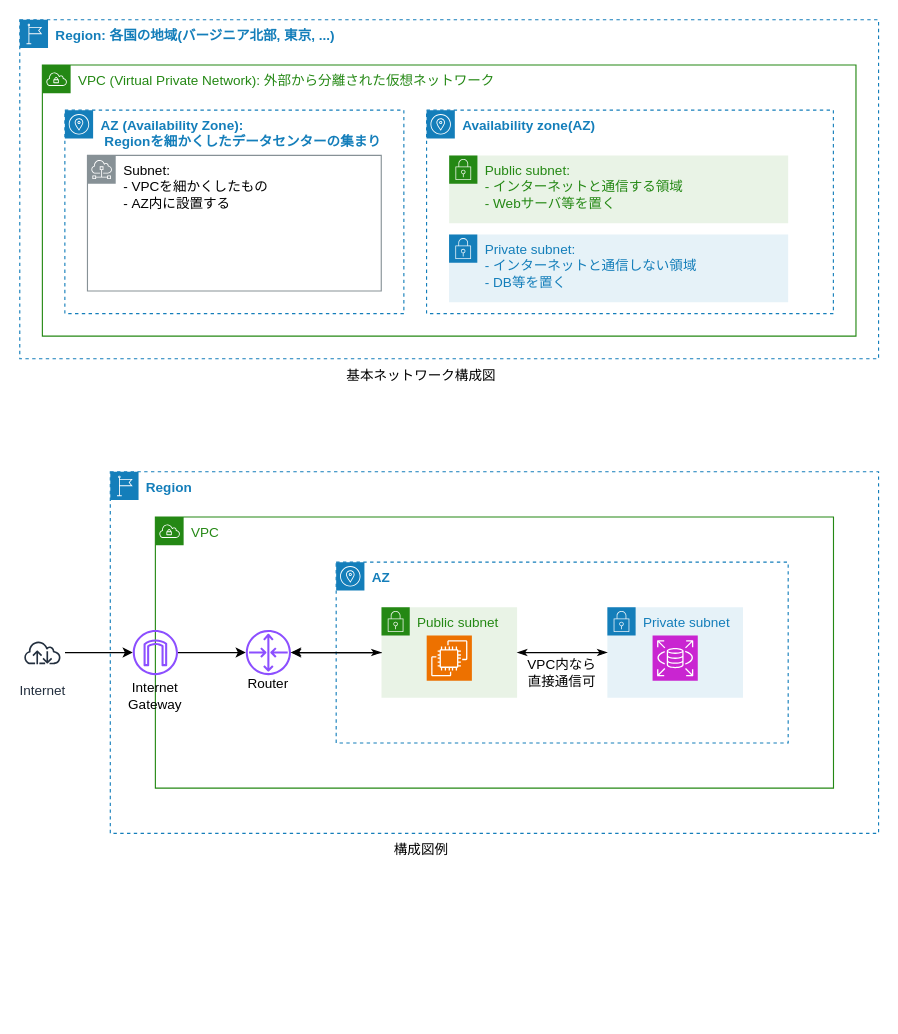
Earlier version of the draw.io diagram 40_Cloud/AWS/08_ネットワーク図.dio (Gunj0/engineer-memo). Source tidied: cells renumbered, new cells numbered last; positions are measured from the earlier drawing's top-left corner, leaving out a move shared by most shapes. Both pictures are drawn from the tidied source at 113%, with x=0, y=0 at pixel (19, 19).
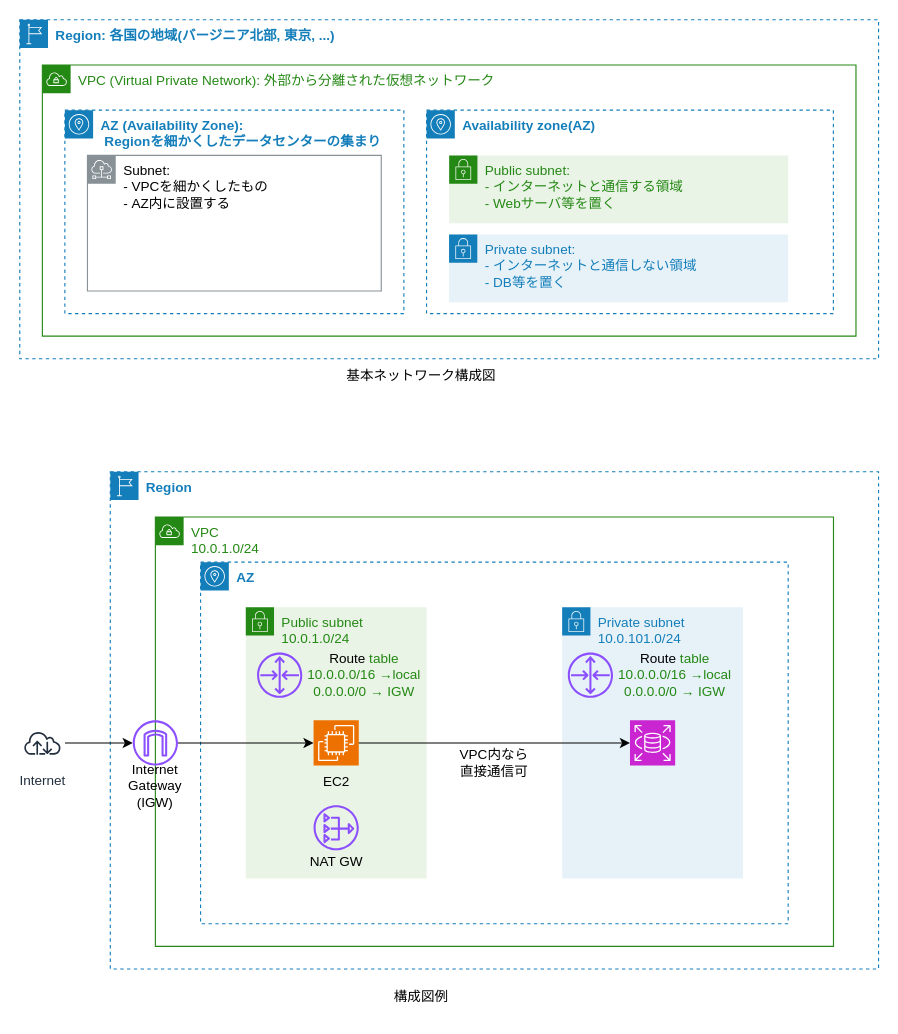
After the change.

Change to the diagram source:
```diff
@@
     <mxCell id="2" value="Region" style="gradientColor=none;html=1;whiteSpace=wrap;fontSize=12;fontStyle=1;shape=mxgraph.aws4.group;grIcon=mxgraph.aws4.group_region;strokeColor=#147EBA;fillColor=none;verticalAlign=top;align=left;spacingLeft=30;fontColor=#147EBA;dashed=1;" parent="1" vertex="1">
-      <mxGeometry x="80.1" y="400" width="679.9" height="320" as="geometry" />
+      <mxGeometry x="80.1" y="400" width="679.9" height="440" as="geometry" />
     </mxCell>
-    <mxCell id="3" value="&lt;font color=&quot;#248814&quot;&gt;VPC&lt;/font&gt;" style="gradientColor=none;html=1;whiteSpace=wrap;fontSize=12;fontStyle=0;shape=mxgraph.aws4.group;grIcon=mxgraph.aws4.group_vpc;strokeColor=#248814;fillColor=none;verticalAlign=top;align=left;spacingLeft=30;fontColor=#AAB7B8;dashed=0;" parent="2" vertex="1">
-      <mxGeometry x="39.9" y="40" width="600.1" height="240" as="geometry" />
+    <mxCell id="3" value="&lt;font color=&quot;#248814&quot;&gt;VPC&lt;/font&gt;&lt;div&gt;&lt;font color=&quot;#248814&quot;&gt;10.0.1.0/24&lt;/font&gt;&lt;/div&gt;" style="gradientColor=none;html=1;whiteSpace=wrap;fontSize=12;fontStyle=0;shape=mxgraph.aws4.group;grIcon=mxgraph.aws4.group_vpc;strokeColor=#248814;fillColor=none;verticalAlign=top;align=left;spacingLeft=30;fontColor=#AAB7B8;dashed=0;" parent="2" vertex="1">
+      <mxGeometry x="39.9" y="40" width="600.1" height="380" as="geometry" />
     </mxCell>
     <mxCell id="4" value="&lt;font color=&quot;#147eba&quot;&gt;AZ&lt;/font&gt;" style="sketch=0;gradientColor=none;html=1;whiteSpace=wrap;fontSize=12;fontStyle=1;shape=mxgraph.aws4.group;grIcon=mxgraph.aws4.group_availability_zone;strokeColor=#147EBA;fillColor=none;verticalAlign=top;align=left;spacingLeft=30;fontColor=#545B64;dashed=1;" parent="3" vertex="1">
-      <mxGeometry x="160" y="40" width="400" height="160" as="geometry" />
+      <mxGeometry x="40" y="40" width="520" height="320" as="geometry" />
     </mxCell>
-    <mxCell id="5" value="Private subnet" style="points=[[0,0],[0.25,0],[0.5,0],[0.75,0],[1,0],[1,0.25],[1,0.5],[1,0.75],[1,1],[0.75,1],[0.5,1],[0.25,1],[0,1],[0,0.75],[0,0.5],[0,0.25]];outlineConnect=0;gradientColor=none;html=1;whiteSpace=wrap;fontSize=12;fontStyle=0;shape=mxgraph.aws4.group;grIcon=mxgraph.aws4.group_security_group;grStroke=0;strokeColor=#147EBA;fillColor=#E6F2F8;verticalAlign=top;align=left;spacingLeft=30;fontColor=#147EBA;dashed=0;" parent="3" vertex="1">
-      <mxGeometry x="400" y="80" width="120" height="80" as="geometry" />
+    <mxCell id="5" value="Private subnet&lt;div&gt;10.0.101.0/24&lt;/div&gt;" style="points=[[0,0],[0.25,0],[0.5,0],[0.75,0],[1,0],[1,0.25],[1,0.5],[1,0.75],[1,1],[0.75,1],[0.5,1],[0.25,1],[0,1],[0,0.75],[0,0.5],[0,0.25]];outlineConnect=0;gradientColor=none;html=1;whiteSpace=wrap;fontSize=12;fontStyle=0;shape=mxgraph.aws4.group;grIcon=mxgraph.aws4.group_security_group;grStroke=0;strokeColor=#147EBA;fillColor=#E6F2F8;verticalAlign=top;align=left;spacingLeft=30;fontColor=#147EBA;dashed=0;" parent="3" vertex="1">
+      <mxGeometry x="360" y="80" width="160" height="240" as="geometry" />
     </mxCell>
-    <mxCell id="6" value="Public subnet" style="points=[[0,0],[0.25,0],[0.5,0],[0.75,0],[1,0],[1,0.25],[1,0.5],[1,0.75],[1,1],[0.75,1],[0.5,1],[0.25,1],[0,1],[0,0.75],[0,0.5],[0,0.25]];outlineConnect=0;gradientColor=none;html=1;whiteSpace=wrap;fontSize=12;fontStyle=0;shape=mxgraph.aws4.group;grIcon=mxgraph.aws4.group_security_group;grStroke=0;strokeColor=#248814;fillColor=#E9F3E6;verticalAlign=top;align=left;spacingLeft=30;fontColor=#248814;dashed=0;" parent="3" vertex="1">
-      <mxGeometry x="200.1" y="80" width="120" height="80" as="geometry" />
+    <mxCell id="6" value="Public subnet&lt;div&gt;10.0.1.0/24&lt;/div&gt;" style="points=[[0,0],[0.25,0],[0.5,0],[0.75,0],[1,0],[1,0.25],[1,0.5],[1,0.75],[1,1],[0.75,1],[0.5,1],[0.25,1],[0,1],[0,0.75],[0,0.5],[0,0.25]];outlineConnect=0;gradientColor=none;html=1;whiteSpace=wrap;fontSize=12;fontStyle=0;shape=mxgraph.aws4.group;grIcon=mxgraph.aws4.group_security_group;grStroke=0;strokeColor=#248814;fillColor=#E9F3E6;verticalAlign=top;align=left;spacingLeft=30;fontColor=#248814;dashed=0;" parent="3" vertex="1">
+      <mxGeometry x="80" y="80" width="160" height="240" as="geometry" />
     </mxCell>
-    <mxCell id="7" style="edgeStyle=none;html=1;fontColor=#000;startArrow=classicThin;startFill=1;endArrow=classicThin;endFill=1;" parent="3" edge="1" source="6" target="5">
-      <mxGeometry relative="1" as="geometry" />
-    </mxCell>
-    <mxCell id="8" style="edgeStyle=none;html=1;fontColor=#000;" parent="3" edge="1" source="6" target="9">
-      <mxGeometry relative="1" as="geometry" />
-    </mxCell>
+    <mxCell id="11" value="&lt;font color=&quot;#000000&quot;&gt;Route&amp;nbsp;&lt;/font&gt;&lt;span style=&quot;background-color: transparent;&quot;&gt;table&lt;/span&gt;&lt;div&gt;&lt;span style=&quot;background-color: transparent;&quot;&gt;10.0.0.0/16 →local&lt;/span&gt;&lt;/div&gt;&lt;div&gt;0.0.0.0/0 → IGW&lt;/div&gt;" style="rounded=0;whiteSpace=wrap;html=1;strokeColor=none;fontColor=#248814;fillColor=none;" parent="6" vertex="1">
+      <mxGeometry x="50" y="42.5" width="110" height="35" as="geometry" />
+    </mxCell>
+    <mxCell id="29" value="EC2" style="text;html=1;align=center;verticalAlign=middle;strokeColor=none;fillColor=none;" parent="6" vertex="1">
+      <mxGeometry x="55" y="140" width="50" height="30" as="geometry" />
+    </mxCell>
     <mxCell id="9" style="sketch=0;outlineConnect=0;fontColor=#232F3E;gradientColor=none;fillColor=#8C4FFF;strokeColor=none;dashed=0;verticalLabelPosition=bottom;verticalAlign=top;align=center;html=1;fontSize=12;fontStyle=0;shape=mxgraph.aws4.router;" parent="3" vertex="1">
-      <mxGeometry x="80" y="100" width="40" height="40" as="geometry" />
+      <mxGeometry x="90" y="120" width="40" height="40" as="geometry" />
     </mxCell>
-    <mxCell id="10" style="edgeStyle=none;html=1;fontColor=#000;startArrow=classicThin;startFill=1;endArrow=classicThin;endFill=1;" parent="3" edge="1" source="9" target="6">
-      <mxGeometry relative="1" as="geometry" />
-    </mxCell>
-    <mxCell id="11" value="&lt;font color=&quot;#000000&quot;&gt;Router&lt;/font&gt;" style="rounded=0;whiteSpace=wrap;html=1;strokeColor=none;fontColor=#248814;fillColor=none;" parent="3" vertex="1">
-      <mxGeometry x="60" y="130" width="80" height="35" as="geometry" />
-    </mxCell>
     <mxCell id="12" style="sketch=0;points=[[0,0,0],[0.25,0,0],[0.5,0,0],[0.75,0,0],[1,0,0],[0,1,0],[0.25,1,0],[0.5,1,0],[0.75,1,0],[1,1,0],[0,0.25,0],[0,0.5,0],[0,0.75,0],[1,0.25,0],[1,0.5,0],[1,0.75,0]];outlineConnect=0;fontColor=#232F3E;fillColor=#ED7100;strokeColor=#ffffff;dashed=0;verticalLabelPosition=bottom;verticalAlign=top;align=center;html=1;fontSize=12;fontStyle=0;shape=mxgraph.aws4.resourceIcon;resIcon=mxgraph.aws4.ec2;" parent="3" vertex="1">
-      <mxGeometry x="240.1" y="105" width="40" height="40" as="geometry" />
+      <mxGeometry x="140" y="180" width="40" height="40" as="geometry" />
     </mxCell>
+    <mxCell id="14" value="&lt;div&gt;&lt;font color=&quot;#000000&quot;&gt;VPC内なら&lt;/font&gt;&lt;/div&gt;&lt;font color=&quot;#000000&quot;&gt;直接通信可&lt;/font&gt;" style="rounded=0;whiteSpace=wrap;html=1;strokeColor=none;fontColor=#248814;fillColor=none;" parent="3" vertex="1">
+      <mxGeometry x="260.1" y="200" width="80" height="35" as="geometry" />
+    </mxCell>
     <mxCell id="13" style="sketch=0;points=[[0,0,0],[0.25,0,0],[0.5,0,0],[0.75,0,0],[1,0,0],[0,1,0],[0.25,1,0],[0.5,1,0],[0.75,1,0],[1,1,0],[0,0.25,0],[0,0.5,0],[0,0.75,0],[1,0.25,0],[1,0.5,0],[1,0.75,0]];outlineConnect=0;fontColor=#232F3E;fillColor=#C925D1;strokeColor=#ffffff;dashed=0;verticalLabelPosition=bottom;verticalAlign=top;align=center;html=1;fontSize=12;fontStyle=0;shape=mxgraph.aws4.resourceIcon;resIcon=mxgraph.aws4.rds;" parent="3" vertex="1">
-      <mxGeometry x="440" y="105" width="40" height="40" as="geometry" />
+      <mxGeometry x="420" y="180" width="40" height="40" as="geometry" />
     </mxCell>
-    <mxCell id="14" value="&lt;div&gt;&lt;font color=&quot;#000000&quot;&gt;VPC内なら&lt;/font&gt;&lt;/div&gt;&lt;font color=&quot;#000000&quot;&gt;直接通信可&lt;/font&gt;" style="rounded=0;whiteSpace=wrap;html=1;strokeColor=none;fontColor=#248814;fillColor=none;" parent="3" vertex="1">
-      <mxGeometry x="320.1" y="120" width="80" height="35" as="geometry" />
-    </mxCell>
@@
     <mxCell id="16" style="sketch=0;outlineConnect=0;fontColor=#232F3E;gradientColor=none;fillColor=#8C4FFF;strokeColor=none;dashed=0;verticalLabelPosition=bottom;verticalAlign=top;align=center;html=1;fontSize=12;fontStyle=0;shape=mxgraph.aws4.internet_gateway;" parent="3" vertex="1">
-      <mxGeometry x="-20" y="100" width="40" height="40" as="geometry" />
+      <mxGeometry x="-20" y="180" width="40" height="40" as="geometry" />
     </mxCell>
-    <mxCell id="17" value="&lt;font color=&quot;#000000&quot;&gt;Internet&lt;br&gt;Gateway&lt;/font&gt;" style="rounded=0;whiteSpace=wrap;html=1;strokeColor=none;fontColor=#248814;fillColor=none;" parent="3" vertex="1">
-      <mxGeometry x="-40" y="140" width="80" height="35" as="geometry" />
-    </mxCell>
     <mxCell id="18" value="Internet" style="sketch=0;outlineConnect=0;fontColor=#232F3E;gradientColor=none;strokeColor=#232F3E;fillColor=#ffffff;dashed=0;verticalLabelPosition=bottom;verticalAlign=top;align=center;html=1;fontSize=12;fontStyle=0;shape=mxgraph.aws4.resourceIcon;resIcon=mxgraph.aws4.internet;" parent="3" vertex="1">
-      <mxGeometry x="-120" y="100" width="40" height="40" as="geometry" />
+      <mxGeometry x="-120" y="180" width="40" height="40" as="geometry" />
     </mxCell>
-    <mxCell id="19" style="edgeStyle=none;html=1;fontColor=#000;entryX=0;entryY=0.5;entryDx=0;entryDy=0;entryPerimeter=0;" parent="3" edge="1" source="16" target="9">
+    <mxCell id="19" style="edgeStyle=none;html=1;fontColor=#000;entryX=0;entryY=0.5;entryDx=0;entryDy=0;entryPerimeter=0;" parent="3" edge="1" source="16" target="12">
       <mxGeometry relative="1" as="geometry" />
     </mxCell>
+    <mxCell id="17" value="&lt;font color=&quot;#000000&quot;&gt;Internet&lt;br&gt;Gateway&lt;/font&gt;&lt;div&gt;&lt;font color=&quot;#000000&quot;&gt;(IGW)&lt;/font&gt;&lt;/div&gt;" style="rounded=0;whiteSpace=wrap;html=1;strokeColor=none;fontColor=#248814;fillColor=none;" parent="3" vertex="1">
+      <mxGeometry x="-40" y="220" width="80" height="35" as="geometry" />
+    </mxCell>
+    <mxCell id="30" style="edgeStyle=none;html=1;exitX=1;exitY=0.5;exitDx=0;exitDy=0;exitPerimeter=0;entryX=0;entryY=0.5;entryDx=0;entryDy=0;entryPerimeter=0;" parent="3" edge="1" source="12" target="13">
+      <mxGeometry relative="1" as="geometry" />
+    </mxCell>
+    <mxCell id="31" value="&lt;font color=&quot;#000000&quot;&gt;Route&amp;nbsp;&lt;/font&gt;&lt;span style=&quot;background-color: transparent;&quot;&gt;table&lt;/span&gt;&lt;div&gt;&lt;span style=&quot;background-color: transparent;&quot;&gt;10.0.0.0/16 →local&lt;/span&gt;&lt;/div&gt;&lt;div&gt;0.0.0.0/0 → IGW&lt;/div&gt;" style="rounded=0;whiteSpace=wrap;html=1;strokeColor=none;fontColor=#248814;fillColor=none;" parent="3" vertex="1">
+      <mxGeometry x="405" y="122.5" width="110" height="35" as="geometry" />
+    </mxCell>
+    <mxCell id="32" style="sketch=0;fontColor=#232F3E;gradientColor=none;fillColor=#8C4FFF;strokeColor=none;dashed=0;verticalLabelPosition=bottom;verticalAlign=top;align=center;html=1;fontSize=12;fontStyle=0;shape=mxgraph.aws4.router;" parent="3" vertex="1">
+      <mxGeometry x="365" y="120" width="40" height="40" as="geometry" />
+    </mxCell>
+    <mxCell id="33" style="sketch=0;fontColor=#232F3E;gradientColor=none;fillColor=#8C4FFF;strokeColor=none;dashed=0;verticalLabelPosition=bottom;verticalAlign=top;align=center;html=1;fontSize=12;fontStyle=0;shape=mxgraph.aws4.nat_gateway;" parent="3" vertex="1">
+      <mxGeometry x="140" y="255" width="40" height="40" as="geometry" />
+    </mxCell>
+    <mxCell id="34" value="NAT GW" style="text;html=1;align=center;verticalAlign=middle;strokeColor=none;fillColor=none;" parent="3" vertex="1">
+      <mxGeometry x="125" y="290" width="70" height="30" as="geometry" />
+    </mxCell>
@@
     <mxCell id="28" value="構成図例" style="text;html=1;align=center;verticalAlign=middle;strokeColor=none;fillColor=none;" parent="1" vertex="1">
-      <mxGeometry x="320" y="720" width="70" height="30" as="geometry" />
+      <mxGeometry x="320" y="850" width="70" height="30" as="geometry" />
     </mxCell>
```
